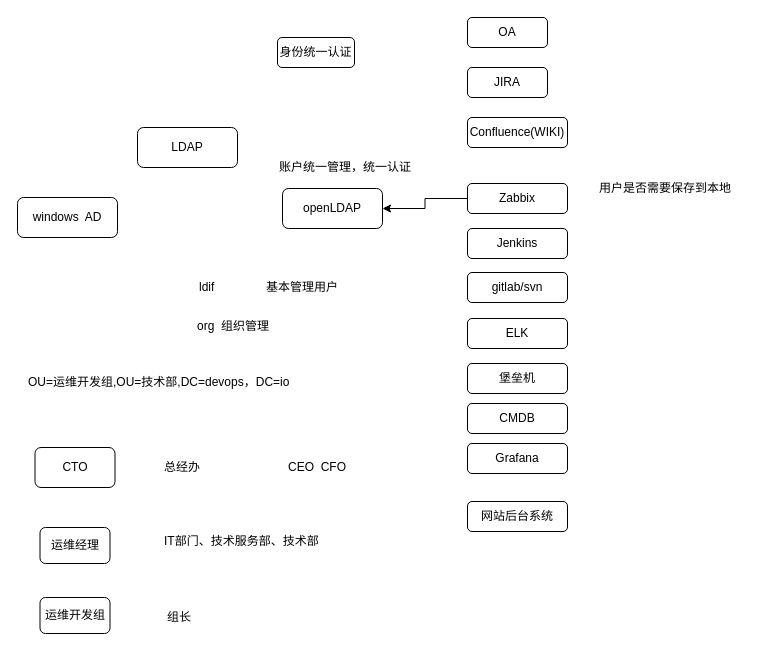
This is page "第 1 页" (1 of 2) of draw/LDAP.drawio from kame000/kame_img, a draw.io file, before an edit. Source tidied: cells renumbered, new cells numbered last; positions are measured from the earlier drawing's top-left corner, leaving out a move shared by most shapes. Both pictures are drawn from the tidied source at 100%, with x=0, y=0 at pixel (17, 17).
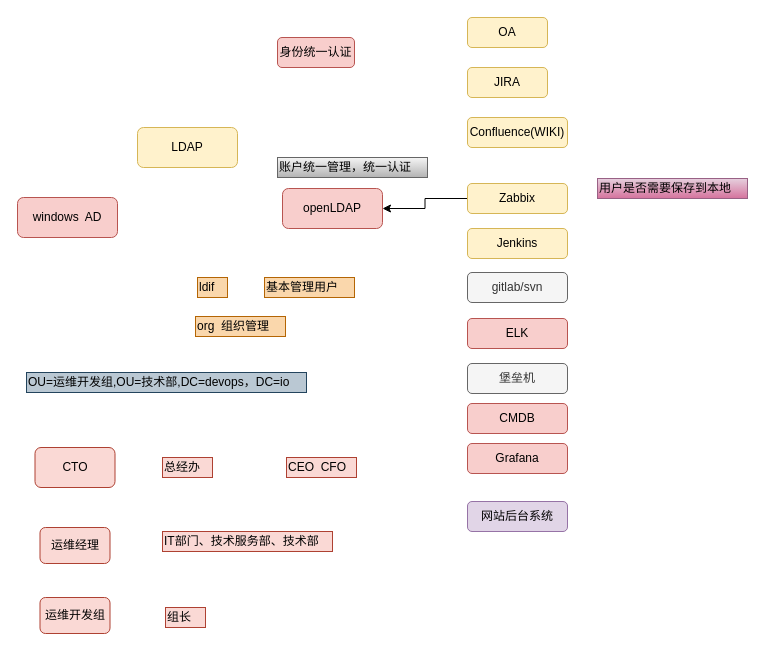
After the change.

Diff of the diagram source:
```diff
@@
-    <mxCell id="2" value="LDAP" style="rounded=1;whiteSpace=wrap;html=1;" parent="1" vertex="1">
+    <mxCell id="2" value="LDAP" style="rounded=1;whiteSpace=wrap;html=1;fillColor=#fff2cc;strokeColor=#d6b656;" parent="1" vertex="1">
       <mxGeometry x="120" y="110" width="100" height="40" as="geometry" />
     </mxCell>
-    <mxCell id="3" value="身份统一认证" style="rounded=1;whiteSpace=wrap;html=1;" parent="1" vertex="1">
+    <mxCell id="3" value="身份统一认证" style="rounded=1;whiteSpace=wrap;html=1;fillColor=#f8cecc;strokeColor=#b85450;" parent="1" vertex="1">
       <mxGeometry x="260" y="20" width="77" height="30" as="geometry" />
     </mxCell>
-    <mxCell id="4" value="windows&amp;nbsp; AD" style="rounded=1;whiteSpace=wrap;html=1;" parent="1" vertex="1">
+    <mxCell id="4" value="windows&amp;nbsp; AD" style="rounded=1;whiteSpace=wrap;html=1;fillColor=#f8cecc;strokeColor=#b85450;" parent="1" vertex="1">
       <mxGeometry y="180" width="100" height="40" as="geometry" />
     </mxCell>
-    <mxCell id="5" value="openLDAP" style="rounded=1;whiteSpace=wrap;html=1;" parent="1" vertex="1">
+    <mxCell id="5" value="openLDAP" style="rounded=1;whiteSpace=wrap;html=1;fillColor=#f8cecc;strokeColor=#b85450;" parent="1" vertex="1">
       <mxGeometry x="265" y="171" width="100" height="40" as="geometry" />
     </mxCell>
-    <mxCell id="6" value="ldif" style="text;html=1;align=left;verticalAlign=top;spacingTop=-4;" parent="1" vertex="1">
+    <mxCell id="6" value="ldif" style="text;html=1;align=left;verticalAlign=top;spacingTop=-4;fillColor=#fad7ac;strokeColor=#b46504;" parent="1" vertex="1">
       <mxGeometry x="180" y="260" width="30" height="20" as="geometry" />
     </mxCell>
-    <mxCell id="7" value="基本管理用户" style="text;html=1;align=left;verticalAlign=top;spacingTop=-4;" parent="1" vertex="1">
+    <mxCell id="7" value="基本管理用户" style="text;html=1;align=left;verticalAlign=top;spacingTop=-4;fillColor=#fad7ac;strokeColor=#b46504;" parent="1" vertex="1">
       <mxGeometry x="247" y="260" width="90" height="20" as="geometry" />
     </mxCell>
-    <mxCell id="8" value="org&amp;nbsp; 组织管理" style="text;html=1;align=left;verticalAlign=top;spacingTop=-4;" parent="1" vertex="1">
+    <mxCell id="8" value="org&amp;nbsp; 组织管理" style="text;html=1;align=left;verticalAlign=top;spacingTop=-4;fillColor=#fad7ac;strokeColor=#b46504;" parent="1" vertex="1">
       <mxGeometry x="178" y="299" width="90" height="20" as="geometry" />
     </mxCell>
-    <mxCell id="9" value="CTO" style="rounded=1;whiteSpace=wrap;html=1;" parent="1" vertex="1">
+    <mxCell id="9" value="CTO" style="rounded=1;whiteSpace=wrap;html=1;fillColor=#fad9d5;strokeColor=#ae4132;" parent="1" vertex="1">
       <mxGeometry x="17.5" y="430" width="80" height="40" as="geometry" />
     </mxCell>
-    <mxCell id="10" value="总经办" style="text;html=1;align=left;verticalAlign=top;spacingTop=-4;" parent="1" vertex="1">
+    <mxCell id="10" value="总经办" style="text;html=1;align=left;verticalAlign=top;spacingTop=-4;fillColor=#fad9d5;strokeColor=#ae4132;" parent="1" vertex="1">
       <mxGeometry x="145" y="440" width="50" height="20" as="geometry" />
     </mxCell>
-    <mxCell id="11" value="运维经理" style="rounded=1;whiteSpace=wrap;html=1;" parent="1" vertex="1">
+    <mxCell id="11" value="运维经理" style="rounded=1;whiteSpace=wrap;html=1;fillColor=#fad9d5;strokeColor=#ae4132;" parent="1" vertex="1">
       <mxGeometry x="22.5" y="510" width="70" height="36" as="geometry" />
     </mxCell>
-    <mxCell id="12" value="IT部门、技术服务部、技术部" style="text;html=1;align=left;verticalAlign=top;spacingTop=-4;" parent="1" vertex="1">
+    <mxCell id="12" value="IT部门、技术服务部、技术部" style="text;html=1;align=left;verticalAlign=top;spacingTop=-4;fillColor=#fad9d5;strokeColor=#ae4132;" parent="1" vertex="1">
       <mxGeometry x="145" y="514" width="170" height="20" as="geometry" />
     </mxCell>
-    <mxCell id="13" value="运维开发组" style="rounded=1;whiteSpace=wrap;html=1;" parent="1" vertex="1">
+    <mxCell id="13" value="运维开发组" style="rounded=1;whiteSpace=wrap;html=1;fillColor=#fad9d5;strokeColor=#ae4132;" parent="1" vertex="1">
       <mxGeometry x="22.5" y="580" width="70" height="36" as="geometry" />
     </mxCell>
-    <mxCell id="14" value="组长" style="text;html=1;align=left;verticalAlign=top;spacingTop=-4;" parent="1" vertex="1">
+    <mxCell id="14" value="组长" style="text;html=1;align=left;verticalAlign=top;spacingTop=-4;fillColor=#fad9d5;strokeColor=#ae4132;" parent="1" vertex="1">
       <mxGeometry x="148" y="590" width="40" height="20" as="geometry" />
     </mxCell>
-    <mxCell id="15" value="OU=运维开发组,OU=技术部,DC=devops，DC=io" style="text;html=1;align=left;verticalAlign=top;spacingTop=-4;" parent="1" vertex="1">
+    <mxCell id="15" value="OU=运维开发组,OU=技术部,DC=devops，DC=io" style="text;html=1;align=left;verticalAlign=top;spacingTop=-4;fillColor=#bac8d3;strokeColor=#23445d;" parent="1" vertex="1">
       <mxGeometry x="9" y="355" width="280" height="20" as="geometry" />
     </mxCell>
-    <mxCell id="16" value="CEO&amp;nbsp; CFO" style="text;html=1;align=left;verticalAlign=top;spacingTop=-4;" parent="1" vertex="1">
+    <mxCell id="16" value="CEO&amp;nbsp; CFO" style="text;html=1;align=left;verticalAlign=top;spacingTop=-4;fillColor=#fad9d5;strokeColor=#ae4132;" parent="1" vertex="1">
       <mxGeometry x="269" y="440" width="70" height="20" as="geometry" />
     </mxCell>
-    <mxCell id="17" value="OA" style="rounded=1;whiteSpace=wrap;html=1;" parent="1" vertex="1">
+    <mxCell id="17" value="OA" style="rounded=1;whiteSpace=wrap;html=1;fillColor=#fff2cc;strokeColor=#d6b656;" parent="1" vertex="1">
       <mxGeometry x="450" width="80" height="30" as="geometry" />
     </mxCell>
-    <mxCell id="18" value="JIRA" style="rounded=1;whiteSpace=wrap;html=1;" parent="1" vertex="1">
+    <mxCell id="18" value="JIRA" style="rounded=1;whiteSpace=wrap;html=1;fillColor=#fff2cc;strokeColor=#d6b656;" parent="1" vertex="1">
       <mxGeometry x="450" y="50" width="80" height="30" as="geometry" />
     </mxCell>
-    <mxCell id="19" value="Confluence(WIKI)" style="rounded=1;whiteSpace=wrap;html=1;" parent="1" vertex="1">
+    <mxCell id="19" value="Confluence(WIKI)" style="rounded=1;whiteSpace=wrap;html=1;fillColor=#fff2cc;strokeColor=#d6b656;" parent="1" vertex="1">
       <mxGeometry x="450" y="100" width="100" height="30" as="geometry" />
     </mxCell>
@@
-    <mxCell id="21" value="Zabbix" style="rounded=1;whiteSpace=wrap;html=1;" parent="1" vertex="1">
+    <mxCell id="21" value="Zabbix" style="rounded=1;whiteSpace=wrap;html=1;fillColor=#fff2cc;strokeColor=#d6b656;" parent="1" vertex="1">
       <mxGeometry x="450" y="166" width="100" height="30" as="geometry" />
     </mxCell>
-    <mxCell id="22" value="Jenkins" style="rounded=1;whiteSpace=wrap;html=1;" parent="1" vertex="1">
+    <mxCell id="22" value="Jenkins" style="rounded=1;whiteSpace=wrap;html=1;fillColor=#fff2cc;strokeColor=#d6b656;" parent="1" vertex="1">
       <mxGeometry x="450" y="211" width="100" height="30" as="geometry" />
     </mxCell>
-    <mxCell id="23" value="gitlab/svn" style="rounded=1;whiteSpace=wrap;html=1;" parent="1" vertex="1">
+    <mxCell id="23" value="gitlab/svn" style="rounded=1;whiteSpace=wrap;html=1;fillColor=#f5f5f5;strokeColor=#666666;fontColor=#333333;" parent="1" vertex="1">
       <mxGeometry x="450" y="255" width="100" height="30" as="geometry" />
     </mxCell>
-    <mxCell id="24" value="ELK" style="rounded=1;whiteSpace=wrap;html=1;" parent="1" vertex="1">
+    <mxCell id="24" value="ELK" style="rounded=1;whiteSpace=wrap;html=1;fillColor=#f8cecc;strokeColor=#b85450;" parent="1" vertex="1">
       <mxGeometry x="450" y="301" width="100" height="30" as="geometry" />
     </mxCell>
-    <mxCell id="25" value="堡垒机" style="rounded=1;whiteSpace=wrap;html=1;" parent="1" vertex="1">
+    <mxCell id="25" value="堡垒机" style="rounded=1;whiteSpace=wrap;html=1;fillColor=#f5f5f5;strokeColor=#666666;fontColor=#333333;" parent="1" vertex="1">
       <mxGeometry x="450" y="346" width="100" height="30" as="geometry" />
     </mxCell>
-    <mxCell id="26" value="CMDB" style="rounded=1;whiteSpace=wrap;html=1;" parent="1" vertex="1">
+    <mxCell id="26" value="CMDB" style="rounded=1;whiteSpace=wrap;html=1;fillColor=#f8cecc;strokeColor=#b85450;" parent="1" vertex="1">
       <mxGeometry x="450" y="386" width="100" height="30" as="geometry" />
     </mxCell>
-    <mxCell id="27" value="Grafana" style="rounded=1;whiteSpace=wrap;html=1;" parent="1" vertex="1">
+    <mxCell id="27" value="Grafana" style="rounded=1;whiteSpace=wrap;html=1;fillColor=#f8cecc;strokeColor=#b85450;" parent="1" vertex="1">
       <mxGeometry x="450" y="426" width="100" height="30" as="geometry" />
     </mxCell>
-    <mxCell id="28" value="网站后台系统" style="rounded=1;whiteSpace=wrap;html=1;" parent="1" vertex="1">
+    <mxCell id="28" value="网站后台系统" style="rounded=1;whiteSpace=wrap;html=1;fillColor=#e1d5e7;strokeColor=#9673a6;" parent="1" vertex="1">
       <mxGeometry x="450" y="484" width="100" height="30" as="geometry" />
     </mxCell>
-    <mxCell id="29" value="账户统一管理，统一认证" style="text;html=1;align=left;verticalAlign=top;spacingTop=-4;" parent="1" vertex="1">
+    <mxCell id="29" value="账户统一管理，统一认证" style="text;html=1;align=left;verticalAlign=top;spacingTop=-4;gradientColor=#b3b3b3;fillColor=#f5f5f5;strokeColor=#666666;" parent="1" vertex="1">
       <mxGeometry x="260" y="140" width="150" height="20" as="geometry" />
     </mxCell>
-    <mxCell id="30" value="用户是否需要保存到本地" style="text;html=1;align=left;verticalAlign=top;spacingTop=-4;" parent="1" vertex="1">
+    <mxCell id="30" value="用户是否需要保存到本地" style="text;html=1;align=left;verticalAlign=top;spacingTop=-4;gradientColor=#d5739d;fillColor=#e6d0de;strokeColor=#996185;" parent="1" vertex="1">
       <mxGeometry x="580" y="161" width="150" height="20" as="geometry" />
     </mxCell>
```
